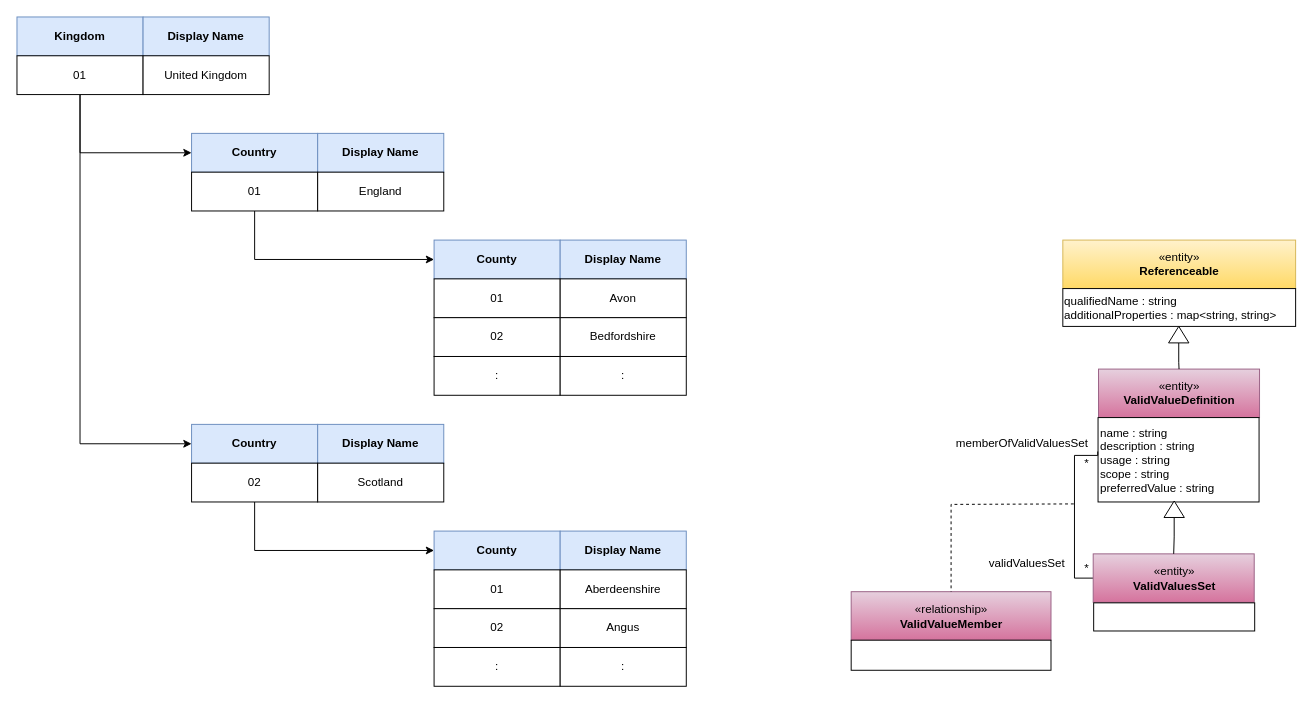
Before: page "hierarchical-information-codes" (2 of 7) of site/docs/features/reference-data-management/reference-data-management.drawio in odpi/egeria-docs, a draw.io diagram. Source tidied: cells renumbered, new cells numbered last; positions are measured from the earlier drawing's top-left corner, leaving out a move shared by most shapes. Both pictures are drawn from the tidied source at 97%, with x=0, y=0 at pixel (16, 16).
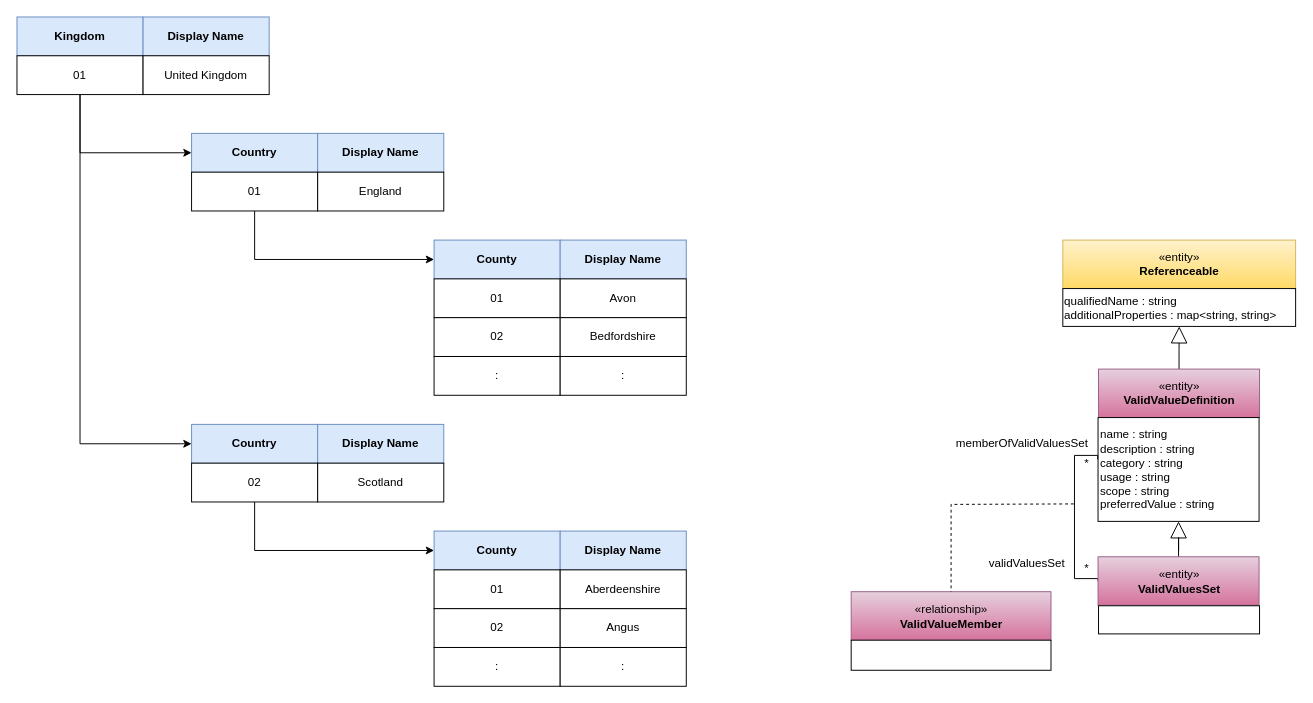
Above is the later version.

The change refers to these unchanged cells:
```xml
<mxCell id="35" value="qualifiedName : string&lt;br&gt;additionalProperties : map&amp;lt;string, string&amp;gt;&lt;br&gt;&lt;div style=&quot;text-align: left&quot;&gt;&lt;/div&gt;" style="rounded=0;whiteSpace=wrap;html=1;strokeColor=#000000;gradientColor=#ffffff;align=left;" parent="1" vertex="1">
  <mxGeometry x="1078.2" y="280" width="240" height="39" as="geometry" />
</mxCell>
<mxCell id="36" value="«entity»&lt;br&gt;&lt;b&gt;ValidValueDefinition&lt;/b&gt;" style="html=1;strokeColor=#996185;align=center;fillColor=#e6d0de;gradientColor=#d5739d;" parent="1" vertex="1">
  <mxGeometry x="1115" y="363" width="166" height="50" as="geometry" />
</mxCell>
```

The edit, as a diff of the source:
```diff
@@
+    <mxCell id="52" style="edgeStyle=orthogonalEdgeStyle;rounded=0;jettySize=auto;html=1;exitX=0.5;exitY=0;exitDx=0;exitDy=0;endArrow=block;endFill=0;endSize=15;" parent="1" edge="1" source="36" target="35">
+      <mxGeometry relative="1" as="geometry" />
+    </mxCell>
@@
-    <mxCell id="37" style="edgeStyle=orthogonalEdgeStyle;rounded=0;html=1;endArrow=none;endFill=0;jettySize=auto;" parent="1" edge="1" source="39" target="36">
-      <mxGeometry relative="1" as="geometry" />
-    </mxCell>
-    <mxCell id="38" value="&lt;span&gt;name : string&lt;br&gt;&lt;/span&gt;&lt;span&gt;description : string&lt;/span&gt;&lt;br&gt;&lt;span&gt;usage : string&lt;/span&gt;&lt;br&gt;&lt;span&gt;scope : string&lt;br&gt;preferredValue : string&lt;br&gt;&lt;/span&gt;" style="rounded=0;whiteSpace=wrap;html=1;strokeColor=#000000;gradientColor=#ffffff;align=left;" parent="1" vertex="1">
-      <mxGeometry x="1114.5" y="413" width="166" height="87" as="geometry" />
+    <mxCell id="38" value="&lt;span&gt;name : string&lt;br&gt;&lt;/span&gt;&lt;span&gt;description : string&lt;br&gt;&lt;/span&gt;category : string&lt;br&gt;&lt;span&gt;usage : string&lt;/span&gt;&lt;br&gt;&lt;span&gt;scope : string&lt;br&gt;preferredValue : string&lt;br&gt;&lt;/span&gt;" style="rounded=0;whiteSpace=wrap;html=1;strokeColor=#000000;gradientColor=#ffffff;align=left;" parent="1" vertex="1">
+      <mxGeometry x="1114.5" y="413" width="166" height="107" as="geometry" />
     </mxCell>
-    <mxCell id="39" style="triangle;whiteSpace=wrap;html=1;strokeColor=#000000;gradientColor=#ffffff;align=center;rotation=-90;" parent="1" vertex="1">
-      <mxGeometry x="1189.2" y="317" width="17" height="21" as="geometry" />
-    </mxCell>
@@
+    <mxCell id="53" style="edgeStyle=orthogonalEdgeStyle;rounded=0;jettySize=auto;html=1;exitX=0.5;exitY=0;exitDx=0;exitDy=0;endArrow=block;endFill=0;endSize=15;" parent="1" edge="1" source="41" target="38">
+      <mxGeometry relative="1" as="geometry" />
+    </mxCell>
     <mxCell id="41" value="«entity»&lt;br&gt;&lt;b&gt;ValidValuesSet&lt;/b&gt;" style="html=1;strokeColor=#996185;align=center;fillColor=#e6d0de;gradientColor=#d5739d;" parent="1" vertex="1">
-      <mxGeometry x="1109.5" y="553.5" width="166" height="50" as="geometry" />
+      <mxGeometry x="1114.5" y="556.5" width="166" height="50" as="geometry" />
     </mxCell>
     <mxCell id="42" style="rounded=0;whiteSpace=wrap;html=1;strokeColor=#000000;gradientColor=#ffffff;align=left;" parent="1" vertex="1">
-      <mxGeometry x="1110" y="604" width="166" height="29" as="geometry" />
+      <mxGeometry x="1115" y="607" width="166" height="29" as="geometry" />
     </mxCell>
-    <mxCell id="43" style="edgeStyle=orthogonalEdgeStyle;rounded=0;html=1;endArrow=none;endFill=0;jettySize=auto;exitX=0;exitY=0.5;exitDx=0;exitDy=0;" parent="1" edge="1" source="44" target="41">
-      <mxGeometry relative="1" as="geometry" />
-    </mxCell>
-    <mxCell id="44" style="triangle;whiteSpace=wrap;html=1;strokeColor=#000000;gradientColor=#ffffff;align=center;rotation=-90;" parent="1" vertex="1">
-      <mxGeometry x="1184.5" y="497" width="17" height="21" as="geometry" />
-    </mxCell>
```
